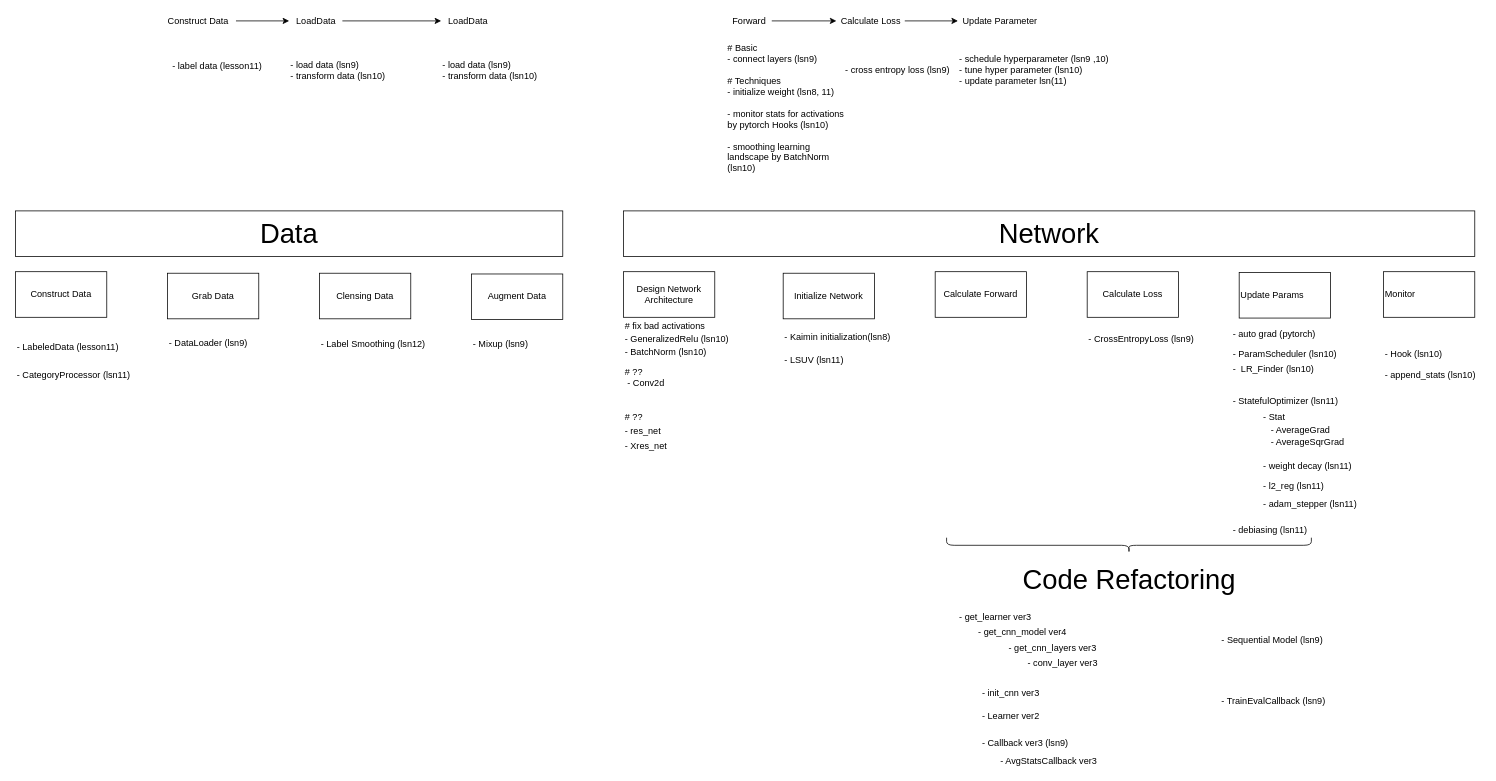
Before: page "overview" (1 of 8) of lesson_note/studyFastaiFigures.drawio in shuntaka/study-fastai, a draw.io diagram. Source tidied: cells renumbered, new cells numbered last; positions are measured from the earlier drawing's top-left corner, leaving out a move shared by most shapes. Both pictures are drawn from the tidied source at 76%, with x=0, y=0 at pixel (15, 13).
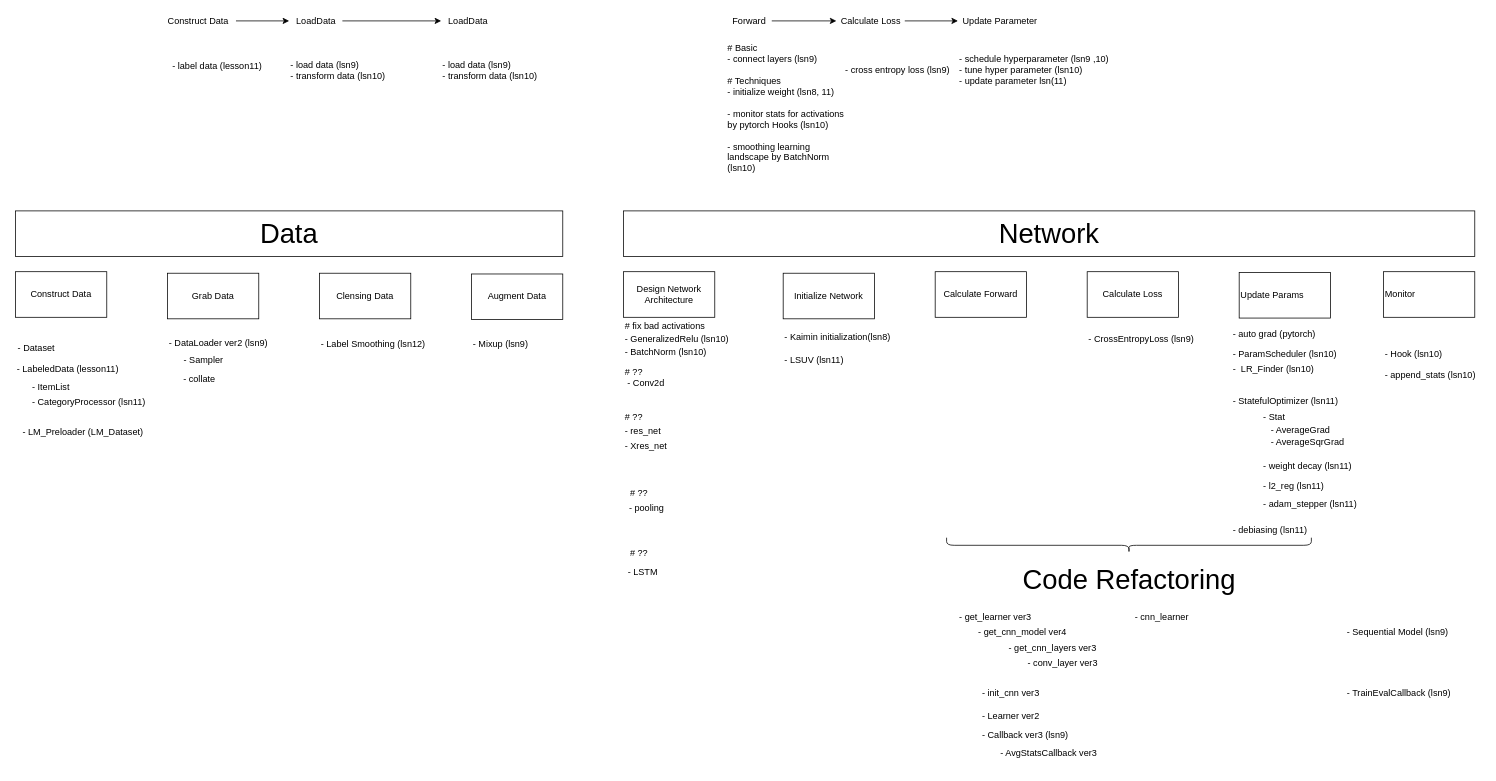
Above is the later version.

What changed in the source:
```diff
@@
     <mxCell id="23" value="- LabeledData (lesson11)" style="text;html=1;align=left;verticalAlign=middle;" parent="1" vertex="1">
-      <mxGeometry y="429" width="150" height="20" as="geometry" />
+      <mxGeometry y="458" width="150" height="20" as="geometry" />
     </mxCell>
-    <mxCell id="24" value="- DataLoader (lsn9)" style="text;html=1;align=left;verticalAlign=middle;" parent="1" vertex="1">
-      <mxGeometry x="200" y="424" width="120" height="20" as="geometry" />
+    <mxCell id="24" value="- DataLoader ver2 (lsn9)" style="text;html=1;align=left;verticalAlign=middle;" parent="1" vertex="1">
+      <mxGeometry x="200" y="424" width="150" height="20" as="geometry" />
     </mxCell>
@@
     <mxCell id="36" value="- Sequential Model (lsn9)&lt;br&gt;" style="text;html=1;align=left;verticalAlign=middle;" parent="1" vertex="1">
-      <mxGeometry x="1585" y="815" width="150" height="20" as="geometry" />
+      <mxGeometry x="1750" y="805" width="150" height="20" as="geometry" />
     </mxCell>
@@
     <mxCell id="38" value="- Callback ver3 (lsn9)" style="text;html=1;align=left;verticalAlign=middle;" parent="1" vertex="1">
-      <mxGeometry x="1270" y="950" width="130" height="20" as="geometry" />
+      <mxGeometry x="1270" y="940" width="130" height="20" as="geometry" />
     </mxCell>
     <mxCell id="39" style="text;html=1;align=left;verticalAlign=middle;" parent="1" vertex="1">
-      <mxGeometry x="1585" y="895" width="20" height="20" as="geometry" />
+      <mxGeometry x="1750" y="885" width="20" height="20" as="geometry" />
     </mxCell>
     <mxCell id="40" value="- TrainEvalCallback (lsn9)" style="text;html=1;align=left;verticalAlign=middle;" parent="1" vertex="1">
-      <mxGeometry x="1585" y="895" width="150" height="20" as="geometry" />
+      <mxGeometry x="1750" y="885" width="150" height="20" as="geometry" />
     </mxCell>
@@
     <mxCell id="49" value="- CategoryProcessor (lsn11)" style="text;html=1;align=left;verticalAlign=middle;" parent="1" vertex="1">
-      <mxGeometry y="467" width="160" height="20" as="geometry" />
+      <mxGeometry x="20" y="502" width="160" height="20" as="geometry" />
     </mxCell>
@@
     <mxCell id="72" value="- AvgStatsCallback ver3" style="text;html=1;align=left;verticalAlign=middle;" parent="1" vertex="1">
-      <mxGeometry x="1294" y="974" width="140" height="20" as="geometry" />
+      <mxGeometry x="1294" y="964" width="140" height="20" as="geometry" />
     </mxCell>
+    <mxCell id="73" value="- cnn_learner" style="text;html=1;align=left;verticalAlign=middle;" parent="1" vertex="1">
+      <mxGeometry x="1471" y="785" width="90" height="20" as="geometry" />
+    </mxCell>
+    <mxCell id="74" value="# ??" style="text;html=1;align=center;verticalAlign=middle;" parent="1" vertex="1">
+      <mxGeometry x="800" y="622" width="40" height="20" as="geometry" />
+    </mxCell>
+    <mxCell id="75" value="- pooling" style="text;html=1;align=center;verticalAlign=middle;" parent="1" vertex="1">
+      <mxGeometry x="800" y="642" width="60" height="20" as="geometry" />
+    </mxCell>
+    <mxCell id="76" value="- Dataset" style="text;html=1;align=center;verticalAlign=middle;" parent="1" vertex="1">
+      <mxGeometry x="-3" y="431" width="60" height="20" as="geometry" />
+    </mxCell>
+    <mxCell id="77" value="- LM_Preloader (LM_Dataset)&amp;nbsp;" style="text;html=1;align=center;verticalAlign=middle;" parent="1" vertex="1">
+      <mxGeometry y="540.5" width="180" height="20" as="geometry" />
+    </mxCell>
+    <mxCell id="78" value="- ItemList" style="text;html=1;align=left;verticalAlign=middle;" parent="1" vertex="1">
+      <mxGeometry x="20" y="482" width="60" height="20" as="geometry" />
+    </mxCell>
+    <mxCell id="79" value="- Sampler" style="text;html=1;align=center;verticalAlign=middle;" parent="1" vertex="1">
+      <mxGeometry x="212" y="446" width="70" height="20" as="geometry" />
+    </mxCell>
+    <mxCell id="80" value="- collate" style="text;html=1;align=left;verticalAlign=middle;" parent="1" vertex="1">
+      <mxGeometry x="219" y="472" width="60" height="20" as="geometry" />
+    </mxCell>
+    <mxCell id="81" value="# ??" style="text;html=1;align=center;verticalAlign=middle;" parent="1" vertex="1">
+      <mxGeometry x="800" y="700" width="40" height="20" as="geometry" />
+    </mxCell>
+    <mxCell id="82" value="- LSTM" style="text;html=1;align=center;verticalAlign=middle;" parent="1" vertex="1">
+      <mxGeometry x="800" y="725" width="50" height="20" as="geometry" />
+    </mxCell>
```
